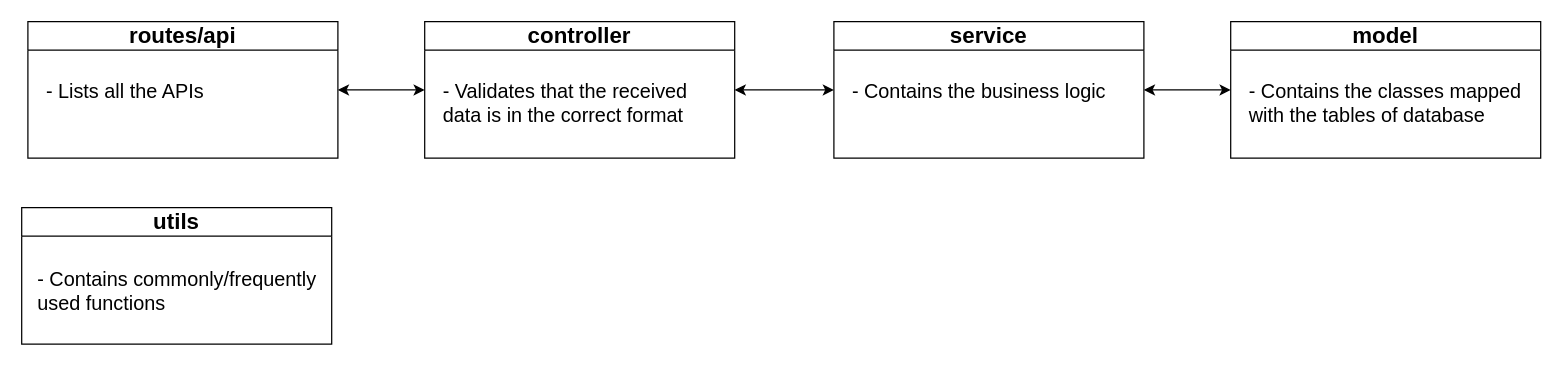
Above: docs/System Architecture.drawio in busycaesar/Content_Driven_LLM_APIs (draw.io), before the change. Source tidied: cells renumbered, new cells numbered last; positions are measured from the earlier drawing's top-left corner, leaving out a move shared by most shapes. Both pictures are drawn from the tidied source at 124%, with x=0, y=0 at pixel (21, 21).
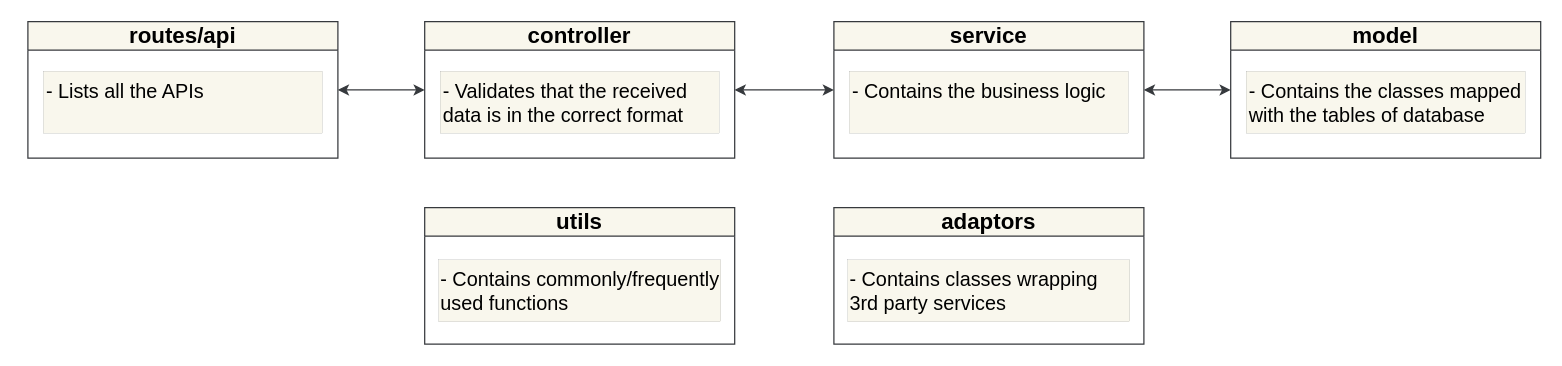
After the change.

Diff of the diagram source:
```diff
@@
 <mxGraphModel>
   <root>
     <mxCell id="0" />
     <mxCell id="1" parent="0" />
-    <mxCell id="2" value="&lt;font style=&quot;font-size: 18px;&quot;&gt;model&lt;/font&gt;" style="swimlane;whiteSpace=wrap;html=1;" parent="1" vertex="1">
+    <mxCell id="2" value="&lt;font style=&quot;font-size: 18px;&quot;&gt;model&lt;/font&gt;" style="swimlane;whiteSpace=wrap;html=1;fillColor=#f9f7ed;strokeColor=#36393d;" parent="1" vertex="1">
       <mxGeometry x="975" width="250" height="110" as="geometry" />
     </mxCell>
-    <mxCell id="3" value="&lt;span style=&quot;font-size: 16px;&quot;&gt;- Contains the classes mapped with the tables of database&lt;/span&gt;" style="text;html=1;align=left;verticalAlign=top;whiteSpace=wrap;rounded=0;" parent="2" vertex="1">
+    <mxCell id="3" value="&lt;span style=&quot;font-size: 16px;&quot;&gt;- Contains the classes mapped with the tables of database&lt;/span&gt;" style="text;html=1;align=left;verticalAlign=top;whiteSpace=wrap;rounded=0;fillColor=#f9f7ed;strokeColor=#36393d;strokeWidth=0;" parent="2" vertex="1">
       <mxGeometry x="12.5" y="40" width="225" height="50" as="geometry" />
     </mxCell>
-    <mxCell id="4" value="&lt;font style=&quot;font-size: 18px;&quot;&gt;service&lt;/font&gt;" style="swimlane;whiteSpace=wrap;html=1;" parent="1" vertex="1">
+    <mxCell id="4" value="&lt;font style=&quot;font-size: 18px;&quot;&gt;service&lt;/font&gt;" style="swimlane;whiteSpace=wrap;html=1;fillColor=#f9f7ed;strokeColor=#36393d;" parent="1" vertex="1">
       <mxGeometry x="655" width="250" height="110" as="geometry" />
     </mxCell>
-    <mxCell id="5" value="&lt;span style=&quot;font-size: 16px;&quot;&gt;- Contains the business logic&lt;/span&gt;" style="text;html=1;align=left;verticalAlign=top;whiteSpace=wrap;rounded=0;" parent="4" vertex="1">
+    <mxCell id="5" value="&lt;span style=&quot;font-size: 16px;&quot;&gt;- Contains the business logic&lt;/span&gt;" style="text;html=1;align=left;verticalAlign=top;whiteSpace=wrap;rounded=0;fillColor=#f9f7ed;strokeColor=#36393d;strokeWidth=0;" parent="4" vertex="1">
       <mxGeometry x="12.5" y="40" width="225" height="50" as="geometry" />
     </mxCell>
-    <mxCell id="6" value="&lt;font style=&quot;font-size: 18px;&quot;&gt;controller&lt;/font&gt;" style="swimlane;whiteSpace=wrap;html=1;" parent="1" vertex="1">
+    <mxCell id="6" value="&lt;font style=&quot;font-size: 18px;&quot;&gt;controller&lt;/font&gt;" style="swimlane;whiteSpace=wrap;html=1;fillColor=#f9f7ed;strokeColor=#36393d;" parent="1" vertex="1">
       <mxGeometry x="325" width="250" height="110" as="geometry" />
     </mxCell>
-    <mxCell id="7" value="&lt;span style=&quot;font-size: 16px;&quot;&gt;- Validates that the received data is in the correct format&lt;/span&gt;" style="text;html=1;align=left;verticalAlign=top;whiteSpace=wrap;rounded=0;" parent="6" vertex="1">
+    <mxCell id="7" value="&lt;span style=&quot;font-size: 16px;&quot;&gt;- Validates that the received data is in the correct format&lt;/span&gt;" style="text;html=1;align=left;verticalAlign=top;whiteSpace=wrap;rounded=0;fillColor=#f9f7ed;strokeColor=#36393d;strokeWidth=0;" parent="6" vertex="1">
       <mxGeometry x="12.5" y="40" width="225" height="50" as="geometry" />
     </mxCell>
-    <mxCell id="8" value="&lt;font style=&quot;font-size: 18px;&quot;&gt;routes/api&lt;/font&gt;" style="swimlane;whiteSpace=wrap;html=1;" parent="1" vertex="1">
+    <mxCell id="8" value="&lt;font style=&quot;font-size: 18px;&quot;&gt;routes/api&lt;/font&gt;" style="swimlane;whiteSpace=wrap;html=1;fillColor=#f9f7ed;strokeColor=#36393d;" parent="1" vertex="1">
       <mxGeometry x="5" width="250" height="110" as="geometry" />
     </mxCell>
-    <mxCell id="9" value="&lt;span style=&quot;font-size: 16px;&quot;&gt;- Lists all the APIs&lt;/span&gt;" style="text;html=1;align=left;verticalAlign=top;whiteSpace=wrap;rounded=0;" parent="8" vertex="1">
+    <mxCell id="9" value="&lt;span style=&quot;font-size: 16px;&quot;&gt;- Lists all the APIs&lt;/span&gt;" style="text;html=1;align=left;verticalAlign=top;whiteSpace=wrap;rounded=0;fillColor=#f9f7ed;strokeColor=#36393d;strokeWidth=0;" parent="8" vertex="1">
       <mxGeometry x="12.5" y="40" width="225" height="50" as="geometry" />
     </mxCell>
-    <mxCell id="10" value="&lt;font style=&quot;font-size: 18px;&quot;&gt;utils&lt;/font&gt;" style="swimlane;whiteSpace=wrap;html=1;" parent="1" vertex="1">
-      <mxGeometry y="150" width="250" height="110" as="geometry" />
+    <mxCell id="10" value="&lt;font style=&quot;font-size: 18px;&quot;&gt;utils&lt;/font&gt;" style="swimlane;whiteSpace=wrap;html=1;fillColor=#f9f7ed;strokeColor=#36393d;" parent="1" vertex="1">
+      <mxGeometry x="325" y="150" width="250" height="110" as="geometry" />
     </mxCell>
-    <mxCell id="11" value="&lt;span style=&quot;font-size: 16px;&quot;&gt;- Contains commonly/frequently used functions&lt;/span&gt;" style="text;html=1;align=left;verticalAlign=top;whiteSpace=wrap;rounded=0;" parent="10" vertex="1">
+    <mxCell id="11" value="&lt;span style=&quot;font-size: 16px;&quot;&gt;- Contains commonly/frequently used functions&lt;/span&gt;" style="text;html=1;align=left;verticalAlign=top;whiteSpace=wrap;rounded=0;fillColor=#f9f7ed;strokeColor=#36393d;strokeWidth=0;" parent="10" vertex="1">
       <mxGeometry x="11.2" y="42" width="227.5" height="50" as="geometry" />
     </mxCell>
-    <mxCell id="12" style="endArrow=classic;startArrow=classic;html=1;rounded=0;exitX=1;exitY=0.5;exitDx=0;exitDy=0;entryX=0;entryY=0.5;entryDx=0;entryDy=0;" parent="1" edge="1" source="4" target="2">
+    <mxCell id="12" style="endArrow=classic;startArrow=classic;html=1;rounded=0;exitX=1;exitY=0.5;exitDx=0;exitDy=0;entryX=0;entryY=0.5;entryDx=0;entryDy=0;fillColor=#f9f7ed;strokeColor=#36393d;" parent="1" edge="1" source="4" target="2">
       <mxGeometry relative="1" as="geometry" />
     </mxCell>
-    <mxCell id="13" style="endArrow=classic;startArrow=classic;html=1;rounded=0;exitX=1;exitY=0.5;exitDx=0;exitDy=0;entryX=0;entryY=0.5;entryDx=0;entryDy=0;" parent="1" edge="1" source="6" target="4">
+    <mxCell id="13" style="endArrow=classic;startArrow=classic;html=1;rounded=0;exitX=1;exitY=0.5;exitDx=0;exitDy=0;entryX=0;entryY=0.5;entryDx=0;entryDy=0;fillColor=#f9f7ed;strokeColor=#36393d;" parent="1" edge="1" source="6" target="4">
       <mxGeometry relative="1" as="geometry" />
     </mxCell>
-    <mxCell id="14" style="endArrow=classic;startArrow=classic;html=1;rounded=0;exitX=1;exitY=0.5;exitDx=0;exitDy=0;entryX=0;entryY=0.5;entryDx=0;entryDy=0;" parent="1" edge="1" source="8" target="6">
+    <mxCell id="14" style="endArrow=classic;startArrow=classic;html=1;rounded=0;exitX=1;exitY=0.5;exitDx=0;exitDy=0;entryX=0;entryY=0.5;entryDx=0;entryDy=0;fillColor=#f9f7ed;strokeColor=#36393d;" parent="1" edge="1" source="8" target="6">
       <mxGeometry relative="1" as="geometry" />
     </mxCell>
+    <mxCell id="15" value="&lt;font style=&quot;font-size: 18px;&quot;&gt;adaptors&lt;/font&gt;" style="swimlane;whiteSpace=wrap;html=1;fillColor=#f9f7ed;strokeColor=#36393d;" parent="1" vertex="1">
+      <mxGeometry x="655" y="150" width="250" height="110" as="geometry" />
+    </mxCell>
+    <mxCell id="16" value="&lt;span style=&quot;font-size: 16px;&quot;&gt;- Contains classes wrapping 3rd party services&lt;/span&gt;" style="text;html=1;align=left;verticalAlign=top;whiteSpace=wrap;rounded=0;fillColor=#f9f7ed;strokeColor=#36393d;strokeWidth=0;" parent="15" vertex="1">
+      <mxGeometry x="11.2" y="42" width="227.5" height="50" as="geometry" />
+    </mxCell>
   </root>
 </mxGraphModel>
```
